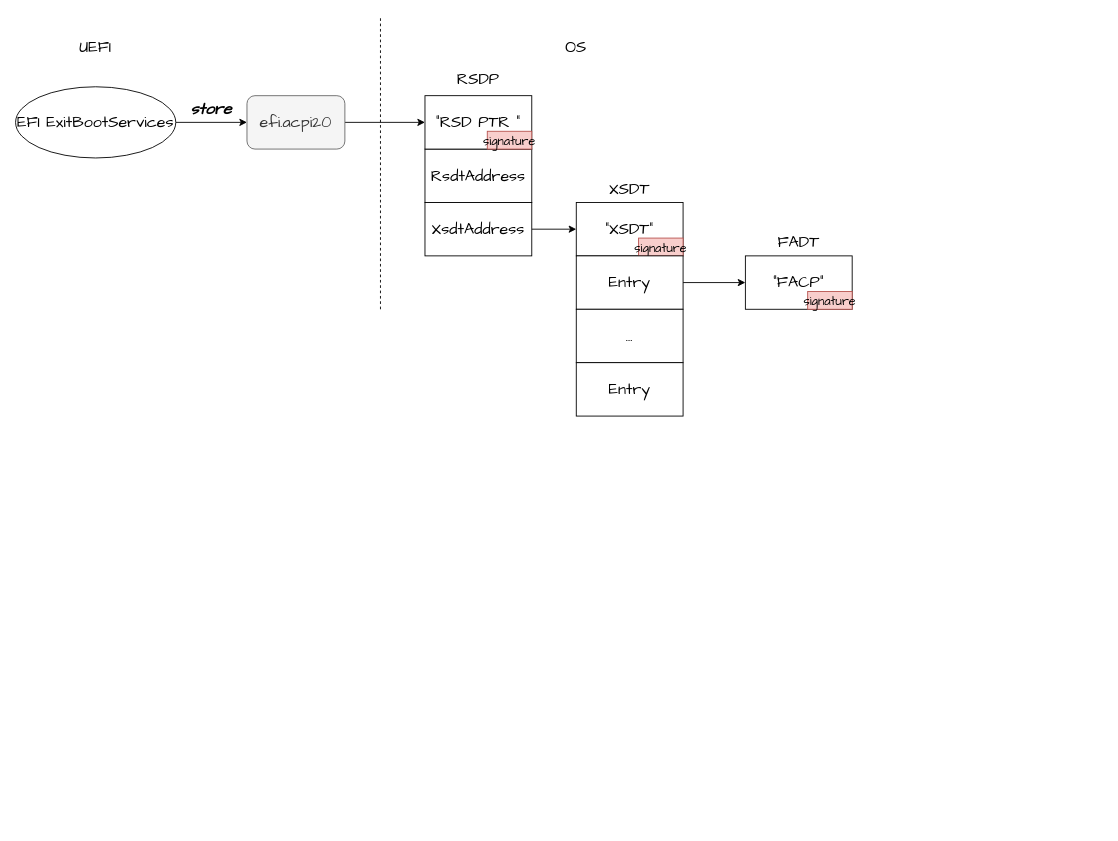
Earlier version of the draw.io diagram drawio/Untitled Diagram.drawio (system-thoughts/blog-code-collections). Source tidied: cells renumbered, new cells numbered last; positions are measured from the earlier drawing's top-left corner, leaving out a move shared by most shapes. Both pictures are drawn from the tidied source at 89%, with x=0, y=0 at pixel (15, 15).
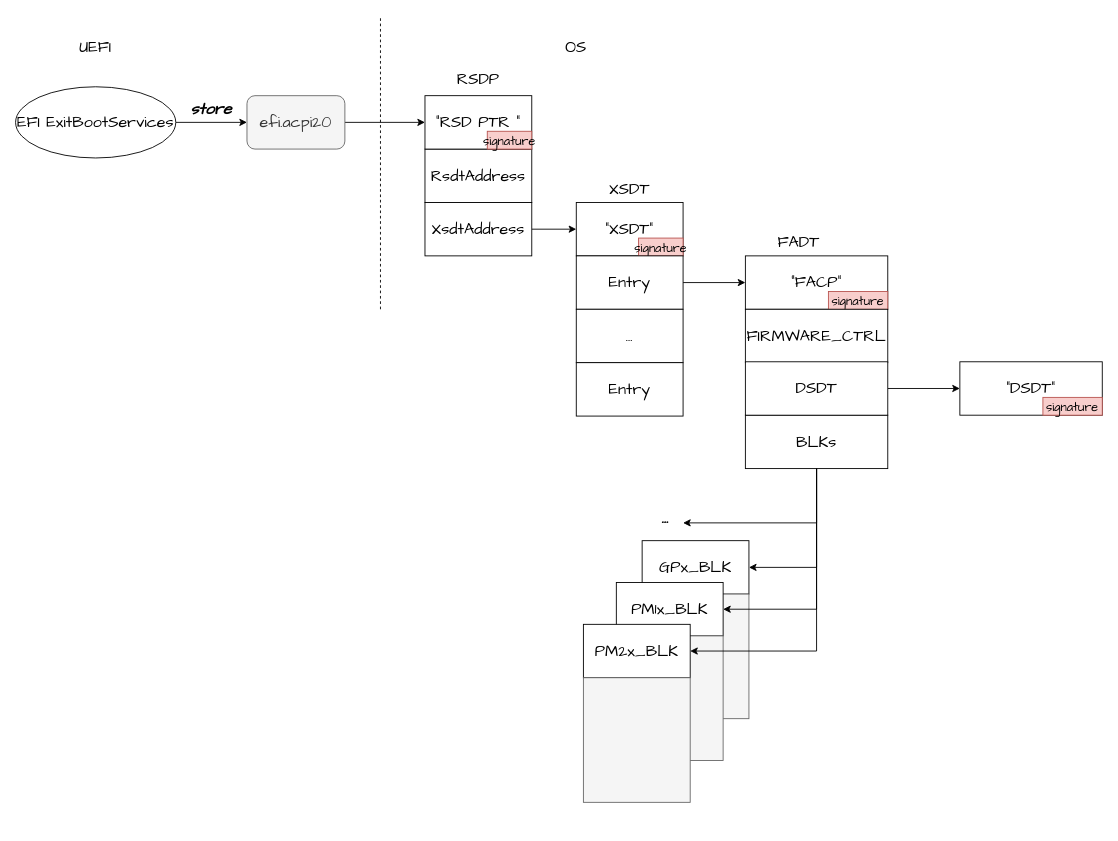
Above is the later version.

The edit, as a diff of the source:
```diff
@@
     <mxCell id="26" style="group;" parent="1" vertex="1">
-      <mxGeometry x="820" y="270" width="120" height="60" as="geometry" />
+      <mxGeometry x="820" y="270" width="160" height="60" as="geometry" />
     </mxCell>
     <mxCell id="27" value="“FACP”" style="rounded=0;whiteSpace=wrap;html=1;fontFamily=Comic Sans MS;fontSize=18;" parent="26" vertex="1">
-      <mxGeometry width="120" height="60" as="geometry" />
+      <mxGeometry width="160" height="60" as="geometry" />
     </mxCell>
     <mxCell id="28" value="&lt;font style=&quot;font-size: 14px;&quot;&gt;signature&lt;/font&gt;" style="text;html=1;strokeColor=#b85450;fillColor=#f8cecc;align=center;verticalAlign=middle;whiteSpace=wrap;rounded=0;fontSize=18;fontFamily=Comic Sans MS;" parent="26" vertex="1">
-      <mxGeometry x="70" y="40" width="50" height="20" as="geometry" />
+      <mxGeometry x="93.3" y="40" width="66.7" height="20" as="geometry" />
     </mxCell>
@@
+    <mxCell id="30" value="&lt;font style=&quot;font-size: 18px;&quot;&gt;FIRMWARE_CTRL&lt;/font&gt;" style="rounded=0;whiteSpace=wrap;html=1;fontFamily=Comic Sans MS;fontSize=14;" parent="1" vertex="1">
+      <mxGeometry x="820" y="330" width="160" height="60" as="geometry" />
+    </mxCell>
+    <mxCell id="31" style="edgeStyle=orthogonalEdgeStyle;rounded=0;jettySize=auto;html=1;entryX=1;entryY=0.5;entryDx=0;entryDy=0;fontFamily=Comic Sans MS;fontSize=18;" parent="1" edge="1" source="33" target="35">
+      <mxGeometry relative="1" as="geometry" />
+    </mxCell>
+    <mxCell id="32" style="edgeStyle=orthogonalEdgeStyle;rounded=0;jettySize=auto;html=1;fontFamily=Comic Sans MS;fontSize=18;exitX=0.5;exitY=1;exitDx=0;exitDy=0;" parent="1" edge="1" source="33">
+      <mxGeometry relative="1" as="geometry">
+        <mxPoint x="750" y="570" as="targetPoint" />
+        <Array as="points">
+          <mxPoint x="900" y="570" />
+        </Array>
+      </mxGeometry>
+    </mxCell>
+    <mxCell id="33" value="&lt;font style=&quot;font-size: 18px;&quot;&gt;BLKs&lt;/font&gt;" style="rounded=0;whiteSpace=wrap;html=1;fontFamily=Comic Sans MS;fontSize=14;" parent="1" vertex="1">
+      <mxGeometry x="820" y="449" width="160" height="60" as="geometry" />
+    </mxCell>
+    <mxCell id="34" style="group;" parent="1" vertex="1">
+      <mxGeometry x="704" y="590" width="120" height="320" as="geometry" />
+    </mxCell>
+    <mxCell id="35" value="GPx_BLK" style="rounded=0;whiteSpace=wrap;html=1;fontFamily=Comic Sans MS;fontSize=18;" parent="34" vertex="1">
+      <mxGeometry width="120" height="60" as="geometry" />
+    </mxCell>
+    <mxCell id="36" style="rounded=0;whiteSpace=wrap;html=1;fontFamily=Comic Sans MS;fontSize=18;fillColor=#f5f5f5;fontColor=#333333;strokeColor=#666666;fillStyle=auto;gradientColor=none;glass=0;" parent="34" vertex="1">
+      <mxGeometry y="60" width="120" height="140" as="geometry" />
+    </mxCell>
+    <mxCell id="37" style="group;" parent="34" vertex="1">
+      <mxGeometry x="-29" y="47" width="120" height="260" as="geometry" />
+    </mxCell>
+    <mxCell id="38" value="PM1x_BLK" style="rounded=0;whiteSpace=wrap;html=1;fontFamily=Comic Sans MS;fontSize=18;" parent="37" vertex="1">
+      <mxGeometry width="120" height="60" as="geometry" />
+    </mxCell>
+    <mxCell id="39" style="rounded=0;whiteSpace=wrap;html=1;fontFamily=Comic Sans MS;fontSize=18;fillColor=#f5f5f5;fontColor=#333333;strokeColor=#666666;fillStyle=auto;gradientColor=none;glass=0;" parent="37" vertex="1">
+      <mxGeometry y="60" width="120" height="140" as="geometry" />
+    </mxCell>
+    <mxCell id="40" style="group;" parent="37" vertex="1">
+      <mxGeometry x="-37" y="47" width="120" height="200" as="geometry" />
+    </mxCell>
+    <mxCell id="41" value="PM2x_BLK" style="rounded=0;whiteSpace=wrap;html=1;fontFamily=Comic Sans MS;fontSize=18;" parent="40" vertex="1">
+      <mxGeometry width="120" height="60" as="geometry" />
+    </mxCell>
+    <mxCell id="42" style="rounded=0;whiteSpace=wrap;html=1;fontFamily=Comic Sans MS;fontSize=18;fillColor=#f5f5f5;fontColor=#333333;strokeColor=#666666;fillStyle=auto;gradientColor=none;glass=0;" parent="40" vertex="1">
+      <mxGeometry y="60" width="120" height="140" as="geometry" />
+    </mxCell>
+    <mxCell id="43" style="edgeStyle=orthogonalEdgeStyle;rounded=0;jettySize=auto;html=1;entryX=1;entryY=0.5;entryDx=0;entryDy=0;fontFamily=Comic Sans MS;fontSize=18;" parent="1" edge="1" source="33" target="38">
+      <mxGeometry relative="1" as="geometry">
+        <Array as="points">
+          <mxPoint x="900" y="667" />
+        </Array>
+      </mxGeometry>
+    </mxCell>
+    <mxCell id="44" style="edgeStyle=orthogonalEdgeStyle;rounded=0;jettySize=auto;html=1;entryX=1;entryY=0.5;entryDx=0;entryDy=0;fontFamily=Comic Sans MS;fontSize=18;" parent="1" edge="1" source="33" target="41">
+      <mxGeometry relative="1" as="geometry">
+        <Array as="points">
+          <mxPoint x="900" y="714" />
+        </Array>
+      </mxGeometry>
+    </mxCell>
+    <mxCell id="45" value="&lt;b&gt;...&lt;/b&gt;" style="text;html=1;strokeColor=none;fillColor=none;align=center;verticalAlign=middle;whiteSpace=wrap;rounded=0;fontSize=18;fontFamily=Comic Sans MS;" parent="1" vertex="1">
+      <mxGeometry x="700" y="550" width="60" height="30" as="geometry" />
+    </mxCell>
+    <mxCell id="46" style="edgeStyle=orthogonalEdgeStyle;rounded=0;jettySize=auto;html=1;fontFamily=Comic Sans MS;fontSize=18;entryX=0;entryY=0.5;entryDx=0;entryDy=0;" parent="1" edge="1" source="47" target="49">
+      <mxGeometry relative="1" as="geometry" />
+    </mxCell>
+    <mxCell id="47" value="&lt;font style=&quot;font-size: 18px;&quot;&gt;DSDT&lt;/font&gt;" style="rounded=0;whiteSpace=wrap;html=1;fontFamily=Comic Sans MS;fontSize=14;" parent="1" vertex="1">
+      <mxGeometry x="820" y="389" width="160" height="60" as="geometry" />
+    </mxCell>
+    <mxCell id="48" style="group;" parent="1" vertex="1">
+      <mxGeometry x="1061" y="389" width="160" height="60" as="geometry" />
+    </mxCell>
+    <mxCell id="49" value="“DSDT”" style="rounded=0;whiteSpace=wrap;html=1;fontFamily=Comic Sans MS;fontSize=18;" parent="48" vertex="1">
+      <mxGeometry width="160" height="60" as="geometry" />
+    </mxCell>
+    <mxCell id="50" value="&lt;font style=&quot;font-size: 14px;&quot;&gt;signature&lt;/font&gt;" style="text;html=1;strokeColor=#b85450;fillColor=#f8cecc;align=center;verticalAlign=middle;whiteSpace=wrap;rounded=0;fontSize=18;fontFamily=Comic Sans MS;" parent="48" vertex="1">
+      <mxGeometry x="93.3" y="40" width="66.7" height="20" as="geometry" />
+    </mxCell>
```
